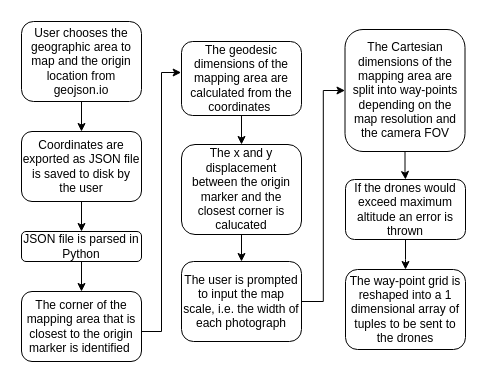
The draw.io diagram geo_coordinates_flow_diagramdrawio.drawio in ot316/Masters-Project-Ground-Control-Server, before the edit. Source tidied: cells renumbered, new cells numbered last; positions are measured from the earlier drawing's top-left corner, leaving out a move shared by most shapes. Both pictures are drawn from the tidied source at 100%, with x=0, y=0 at pixel (21, 21).
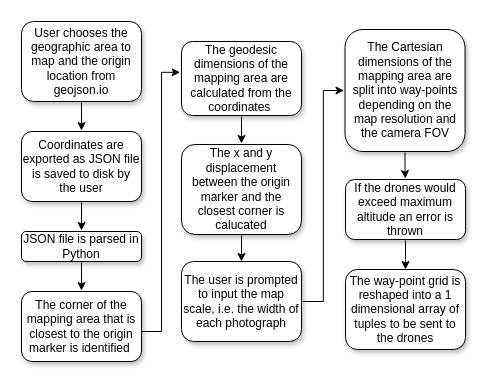
Above is the later version.

Diff of the diagram source:
```diff
@@
-    <mxCell id="2" value="User chooses the geographic area to map and the origin location from geojson.io" style="rounded=1;whiteSpace=wrap;html=1;fontSize=12;glass=0;strokeWidth=1;shadow=0;" parent="1" vertex="1">
+    <mxCell id="2" value="User chooses the geographic area to map and the origin location from geojson.io" style="rounded=1;whiteSpace=wrap;html=1;fontSize=12;glass=0;strokeWidth=1;shadow=1;perimeterSpacing=1;" parent="1" vertex="1">
       <mxGeometry width="120" height="80" as="geometry" />
     </mxCell>
@@
-    <mxCell id="5" value="Coordinates are exported as&amp;nbsp;JSON file is saved to disk by the user" style="rounded=1;whiteSpace=wrap;html=1;fontSize=12;glass=0;strokeWidth=1;shadow=0;" parent="1" vertex="1">
+    <mxCell id="5" value="Coordinates are exported as&amp;nbsp;JSON file is saved to disk by the user" style="rounded=1;whiteSpace=wrap;html=1;fontSize=12;glass=0;strokeWidth=1;shadow=1;perimeterSpacing=1;" parent="1" vertex="1">
       <mxGeometry y="110" width="120" height="70" as="geometry" />
     </mxCell>
@@
-    <mxCell id="7" value="JSON file is parsed in Python" style="rounded=1;whiteSpace=wrap;html=1;fontSize=12;glass=0;strokeWidth=1;shadow=0;" parent="1" vertex="1">
+    <mxCell id="7" value="JSON file is parsed in Python" style="rounded=1;whiteSpace=wrap;html=1;fontSize=12;glass=0;strokeWidth=1;shadow=1;comic=0;perimeterSpacing=1;" parent="1" vertex="1">
       <mxGeometry y="210" width="120" height="30" as="geometry" />
     </mxCell>
-    <mxCell id="8" value="The corner of the mapping area that is closest to the origin marker is identified&amp;nbsp;" style="rounded=1;whiteSpace=wrap;html=1;fontSize=12;glass=0;strokeWidth=1;shadow=0;" parent="1" vertex="1">
+    <mxCell id="8" value="The corner of the mapping area that is closest to the origin marker is identified&amp;nbsp;" style="rounded=1;whiteSpace=wrap;html=1;fontSize=12;glass=0;strokeWidth=1;shadow=1;perimeterSpacing=1;" parent="1" vertex="1">
       <mxGeometry y="270" width="120" height="70" as="geometry" />
     </mxCell>
@@
-    <mxCell id="11" value="The geodesic dimensions of the mapping area are calculated from the coordinates&amp;nbsp;" style="rounded=1;whiteSpace=wrap;html=1;fontSize=12;glass=0;strokeWidth=1;shadow=0;" parent="1" vertex="1">
+    <mxCell id="11" value="The geodesic dimensions of the mapping area are calculated from the coordinates&amp;nbsp;" style="rounded=1;whiteSpace=wrap;html=1;fontSize=12;glass=0;strokeWidth=1;shadow=1;perimeterSpacing=1;" parent="1" vertex="1">
       <mxGeometry x="160" y="20" width="120" height="74" as="geometry" />
     </mxCell>
@@
-    <mxCell id="13" value="The x and y displacement between the origin marker and the closest corner is calucated" style="rounded=1;whiteSpace=wrap;html=1;fontSize=12;glass=0;strokeWidth=1;shadow=0;" parent="1" vertex="1">
+    <mxCell id="13" value="The x and y displacement between the origin marker and the closest corner is calucated" style="rounded=1;whiteSpace=wrap;html=1;fontSize=12;glass=0;strokeWidth=1;shadow=1;perimeterSpacing=1;" parent="1" vertex="1">
       <mxGeometry x="160" y="123" width="120" height="90" as="geometry" />
     </mxCell>
@@
-    <mxCell id="15" value="The user is prompted to input the map scale, i.e. the width of each photograph" style="rounded=1;whiteSpace=wrap;html=1;fontSize=12;glass=0;strokeWidth=1;shadow=0;" parent="1" vertex="1">
+    <mxCell id="15" value="The user is prompted to input the map scale, i.e. the width of each photograph" style="rounded=1;whiteSpace=wrap;html=1;fontSize=12;glass=0;strokeWidth=1;shadow=1;perimeterSpacing=1;" parent="1" vertex="1">
       <mxGeometry x="160" y="240" width="120" height="80" as="geometry" />
     </mxCell>
@@
-    <mxCell id="17" value="The Cartesian dimensions of the mapping area are split into way-points depending on the map resolution and the camera FOV" style="rounded=1;whiteSpace=wrap;html=1;fontSize=12;glass=0;strokeWidth=1;shadow=0;" parent="1" vertex="1">
+    <mxCell id="17" value="The Cartesian dimensions of the mapping area are split into way-points depending on the map resolution and the camera FOV" style="rounded=1;whiteSpace=wrap;html=1;fontSize=12;glass=0;strokeWidth=1;shadow=1;perimeterSpacing=1;" parent="1" vertex="1">
       <mxGeometry x="323.5" y="8" width="120" height="122" as="geometry" />
     </mxCell>
@@
-    <mxCell id="19" value="If the drones would exceed maximum altitude an error is thrown" style="rounded=1;whiteSpace=wrap;html=1;fontSize=12;glass=0;strokeWidth=1;shadow=0;" parent="1" vertex="1">
+    <mxCell id="19" value="If the drones would exceed maximum altitude an error is thrown" style="rounded=1;whiteSpace=wrap;html=1;fontSize=12;glass=0;strokeWidth=1;shadow=1;perimeterSpacing=1;" parent="1" vertex="1">
       <mxGeometry x="324" y="158" width="120" height="60" as="geometry" />
     </mxCell>
-    <mxCell id="20" value="The way-point grid is reshaped into a 1 dimensional array of tuples to be sent to the drones" style="rounded=1;whiteSpace=wrap;html=1;fontSize=12;glass=0;strokeWidth=1;shadow=0;" parent="1" vertex="1">
+    <mxCell id="20" value="The way-point grid is reshaped into a 1 dimensional array of tuples to be sent to the drones" style="rounded=1;whiteSpace=wrap;html=1;fontSize=12;glass=0;strokeWidth=1;shadow=1;perimeterSpacing=1;" parent="1" vertex="1">
       <mxGeometry x="324" y="248" width="120" height="80" as="geometry" />
     </mxCell>
```
